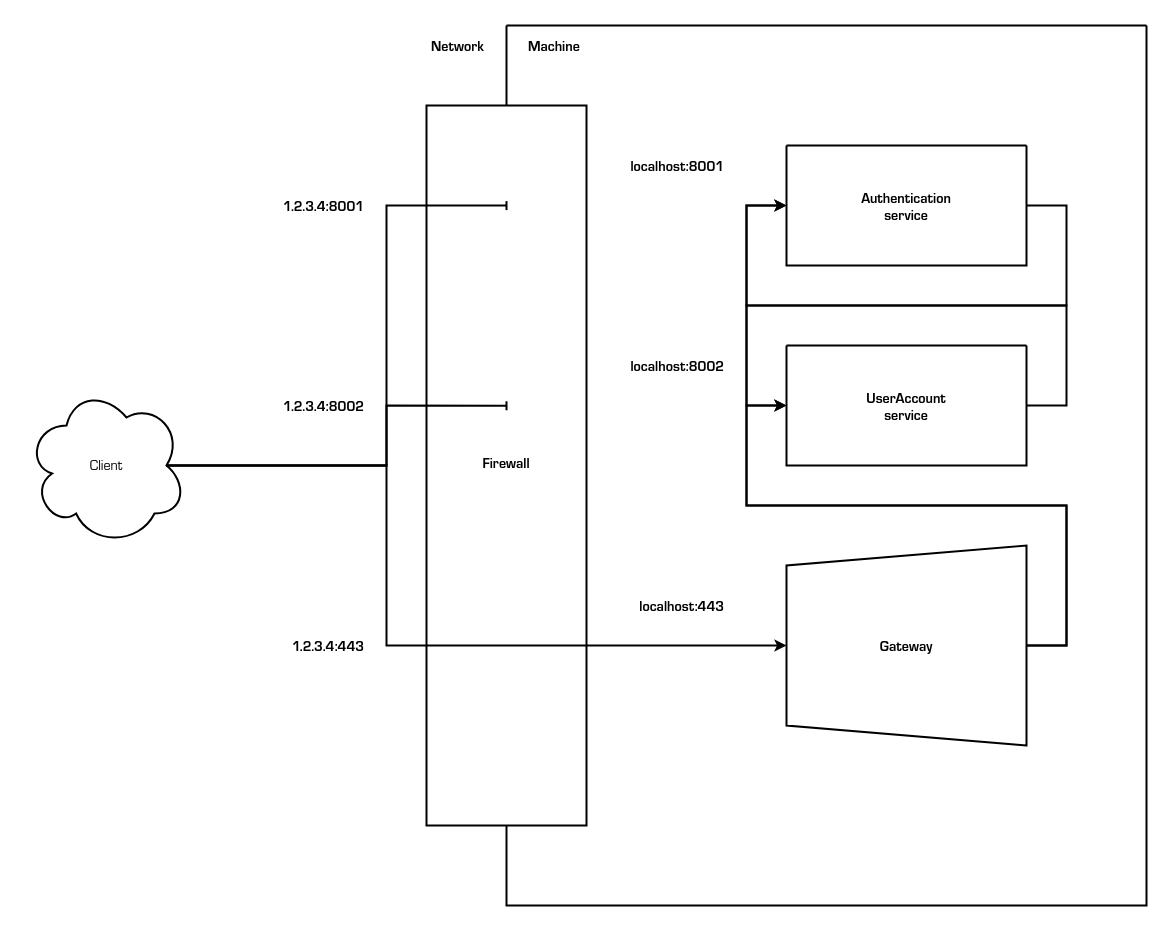
shinhugh/base keeps this draw.io diagram as docs/single-machine-configuration.png. Above is the earlier version. Source tidied: cells renumbered, new cells last; positions are measured from the earlier drawing's top-left corner, leaving out a move shared by most shapes.
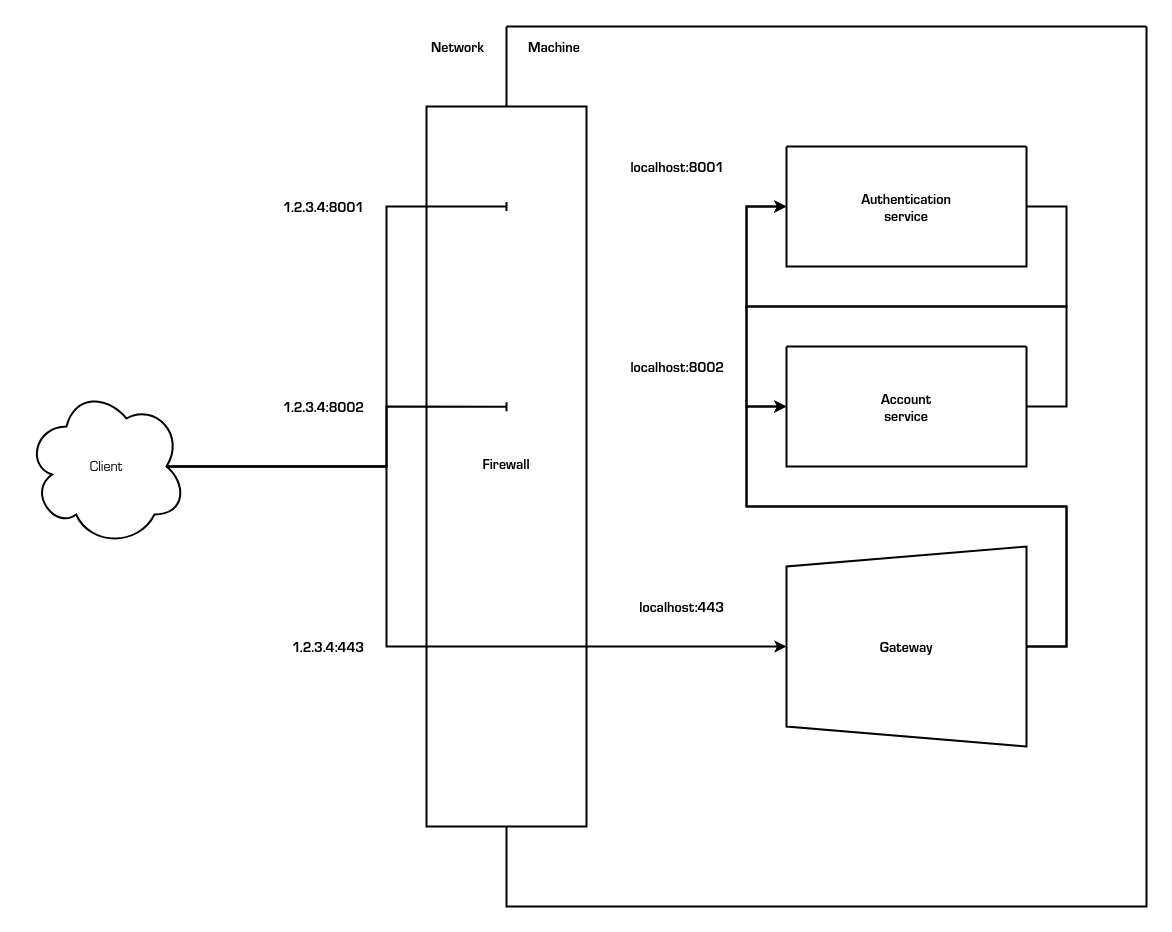
Above is the later version.

Commit message:
Update readme and diagrams per UserAccount rename to Account

Diff of the diagram source:
```diff
@@ -38,7 +38,7 @@
     <mxCell id="13" style="swimlane;startSize=0;strokeWidth=2;" parent="2" vertex="1">
       <mxGeometry x="280" y="320" width="240" height="120" as="geometry" />
     </mxCell>
-    <mxCell id="14" value="UserAccount&#10;service" style="text;strokeColor=none;fillColor=none;align=center;verticalAlign=middle;rounded=0;fontSize=14;fontFamily=Lucida Console;fontStyle=1;" parent="13" vertex="1">
+    <mxCell id="14" value="Account&#10;service" style="text;strokeColor=none;fillColor=none;align=center;verticalAlign=middle;rounded=0;fontSize=14;fontFamily=Lucida Console;fontStyle=1;" parent="13" vertex="1">
       <mxGeometry x="60" y="40" width="120" height="40" as="geometry" />
     </mxCell>
     <mxCell id="15" style="endArrow=classic;html=1;rounded=0;strokeWidth=2;exitX=1;exitY=0.5;exitDx=0;exitDy=0;entryX=0;entryY=0.5;entryDx=0;entryDy=0;" parent="2" edge="1" source="13" target="8">
```
